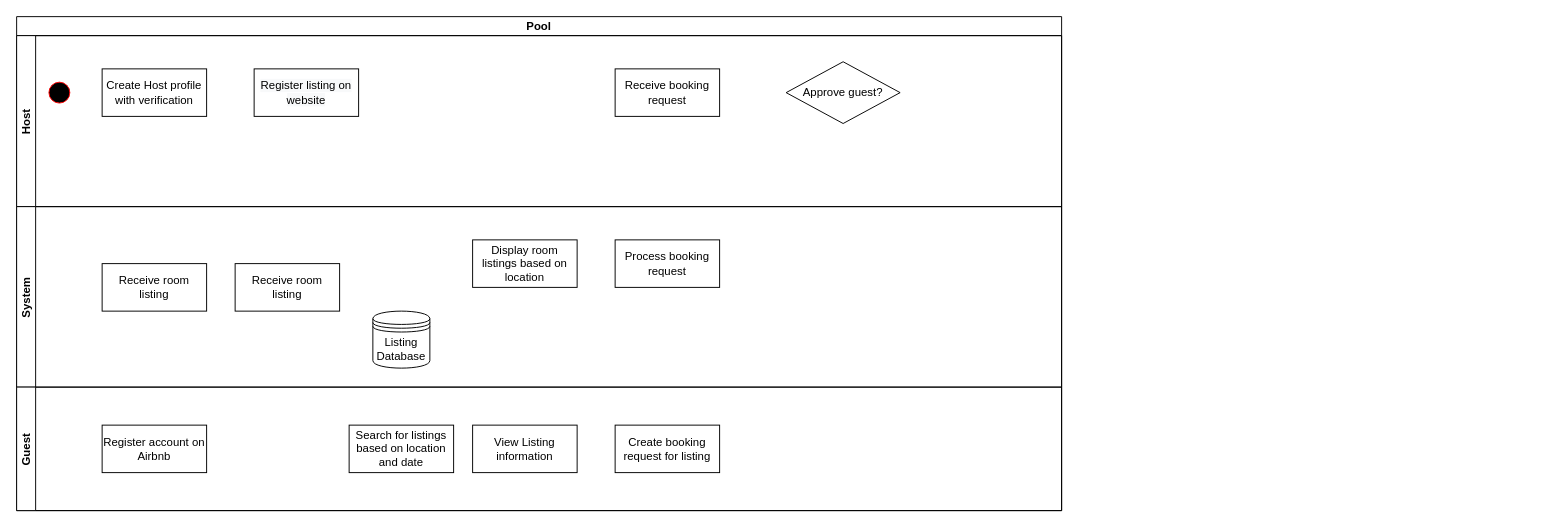
This is SwimlaneIBIS.drawio from LastMinuteBanter/DistinctionTaskUML, a draw.io file, before an edit. Source tidied: cells renumbered, new cells numbered last; positions are measured from the earlier drawing's top-left corner, leaving out a move shared by most shapes. Both pictures are drawn from the tidied source at 95%, with x=0, y=0 at pixel (16, 16).
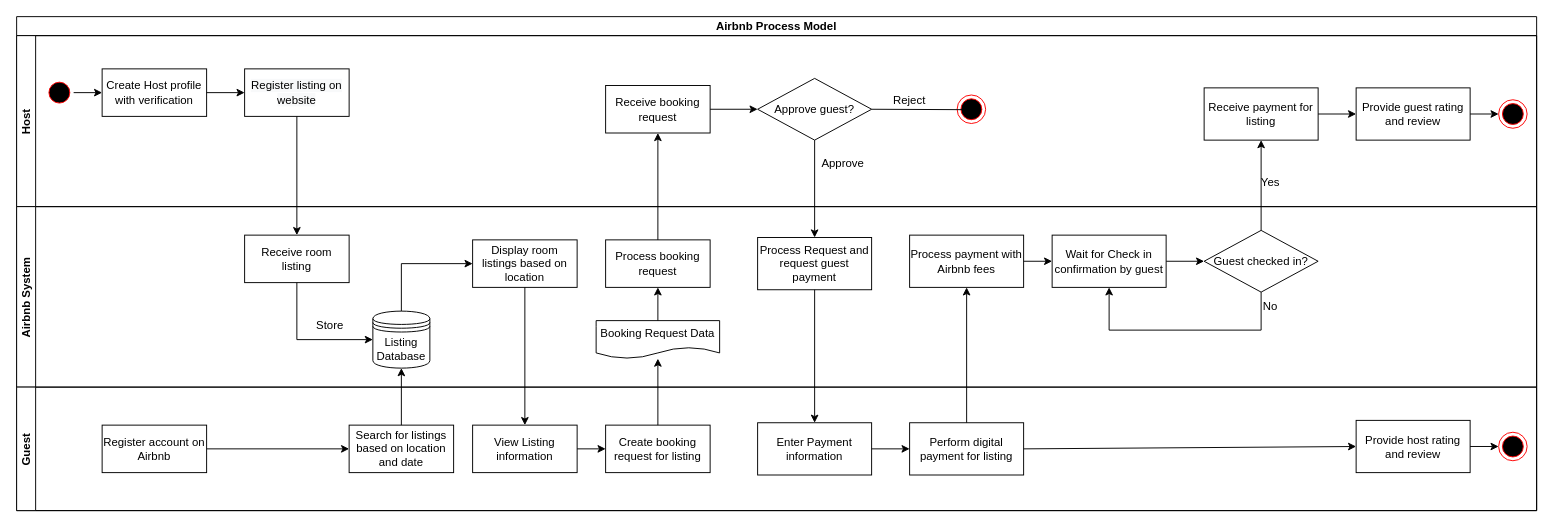
The same diagram, later.

The change refers to these unchanged cells:
```xml
<mxCell id="5" style="ellipse;shape=startState;fillColor=#000000;strokeColor=#ff0000;rotation=-90;" parent="4" vertex="1">
  <mxGeometry x="30" y="45" width="30" height="30" as="geometry" />
</mxCell>
<mxCell id="6" value="Create Host profile with verification" style="rounded=0;whiteSpace=wrap;html=1;rotation=0;" parent="4" vertex="1">
  <mxGeometry x="90" y="35" width="110" height="50" as="geometry" />
</mxCell>
<mxCell id="12" value="Display room listings based on location" style="rounded=0;whiteSpace=wrap;html=1;rotation=0;" parent="10" vertex="1">
  <mxGeometry x="480" y="35" width="110" height="50" as="geometry" />
</mxCell>
<mxCell id="13" value="Listing Database" style="shape=datastore;whiteSpace=wrap;html=1;" parent="10" vertex="1">
  <mxGeometry x="375" y="110" width="60" height="60" as="geometry" />
</mxCell>
<mxCell id="17" value="Register account on Airbnb" style="rounded=0;whiteSpace=wrap;html=1;rotation=0;" parent="16" vertex="1">
  <mxGeometry x="90" y="40" width="110" height="50" as="geometry" />
</mxCell>
<mxCell id="18" value="Search for listings based on location and date" style="rounded=0;whiteSpace=wrap;html=1;rotation=0;" parent="16" vertex="1">
  <mxGeometry x="350" y="40" width="110" height="50" as="geometry" />
</mxCell>
<mxCell id="19" value="View Listing information" style="rounded=0;whiteSpace=wrap;html=1;rotation=0;" parent="16" vertex="1">
  <mxGeometry x="480" y="40" width="110" height="50" as="geometry" />
</mxCell>
```

Change to the diagram source:
```diff
@@
-    <mxCell id="3" value="Pool" style="swimlane;horizontal=1;startSize=20;" parent="1" vertex="1">
-      <mxGeometry width="1100" height="520" as="geometry" />
+    <mxCell id="3" value="Airbnb Process Model" style="swimlane;horizontal=1;startSize=20;" parent="1" vertex="1">
+      <mxGeometry width="1600" height="520" as="geometry" />
     </mxCell>
     <mxCell id="4" value="Host" style="swimlane;startSize=20;horizontal=0;" parent="3" vertex="1">
-      <mxGeometry y="20" width="1100" height="180" as="geometry" />
+      <mxGeometry y="20" width="1600" height="180" as="geometry" />
     </mxCell>
@@
     <mxCell id="7" value="&#10;&#10;&lt;span style=&quot;color: rgb(0, 0, 0); font-family: helvetica; font-size: 12px; font-style: normal; font-weight: 400; letter-spacing: normal; text-align: center; text-indent: 0px; text-transform: none; word-spacing: 0px; background-color: rgb(248, 249, 250); display: inline; float: none;&quot;&gt;Register listing on website&lt;/span&gt;&#10;&#10;" style="rounded=0;whiteSpace=wrap;html=1;rotation=0;" parent="4" vertex="1">
-      <mxGeometry x="250" y="35" width="110" height="50" as="geometry" />
+      <mxGeometry x="240" y="35" width="110" height="50" as="geometry" />
     </mxCell>
     <mxCell id="8" value="Receive booking request" style="rounded=0;whiteSpace=wrap;html=1;rotation=0;" parent="4" vertex="1">
-      <mxGeometry x="630" y="35" width="110" height="50" as="geometry" />
+      <mxGeometry x="620" y="52.5" width="110" height="50" as="geometry" />
     </mxCell>
     <mxCell id="9" value="Approve guest?" style="rhombus;whiteSpace=wrap;html=1;" parent="4" vertex="1">
-      <mxGeometry x="810" y="27.5" width="120" height="65" as="geometry" />
+      <mxGeometry x="780" y="45" width="120" height="65" as="geometry" />
     </mxCell>
+    <mxCell id="21" value="Receive payment for listing" style="rounded=0;whiteSpace=wrap;html=1;" parent="4" vertex="1">
+      <mxGeometry x="1250" y="55" width="120" height="55" as="geometry" />
+    </mxCell>
+    <mxCell id="22" style="endArrow=classic;html=1;rounded=0;exitX=0.5;exitY=1;exitDx=0;exitDy=0;entryX=0;entryY=0.5;entryDx=0;entryDy=0;" parent="4" edge="1" source="5" target="6">
+      <mxGeometry relative="1" as="geometry" />
+    </mxCell>
+    <mxCell id="23" style="endArrow=classic;html=1;rounded=0;exitX=1;exitY=0.5;exitDx=0;exitDy=0;entryX=0;entryY=0.5;entryDx=0;entryDy=0;" parent="4" edge="1" source="6" target="7">
+      <mxGeometry relative="1" as="geometry" />
+    </mxCell>
+    <mxCell id="24" style="endArrow=classic;html=1;rounded=0;exitX=1;exitY=0.5;exitDx=0;exitDy=0;entryX=0;entryY=0.5;entryDx=0;entryDy=0;" parent="4" edge="1" source="8" target="9">
+      <mxGeometry relative="1" as="geometry" />
+    </mxCell>
+    <mxCell id="25" style="ellipse;html=1;shape=endState;fillColor=#000000;strokeColor=#ff0000;" parent="4" vertex="1">
+      <mxGeometry x="990" y="62.5" width="30" height="30" as="geometry" />
+    </mxCell>
+    <mxCell id="26" value="Provide guest rating and review" style="rounded=0;whiteSpace=wrap;html=1;" parent="4" vertex="1">
+      <mxGeometry x="1410" y="55" width="120" height="55" as="geometry" />
+    </mxCell>
+    <mxCell id="27" style="endArrow=classic;html=1;rounded=0;exitX=1;exitY=0.5;exitDx=0;exitDy=0;entryX=0;entryY=0.5;entryDx=0;entryDy=0;" parent="4" edge="1" source="21" target="26">
+      <mxGeometry relative="1" as="geometry" />
+    </mxCell>
+    <mxCell id="28" style="ellipse;html=1;shape=endState;fillColor=#000000;strokeColor=#ff0000;" parent="4" vertex="1">
+      <mxGeometry x="1560" y="67.5" width="30" height="30" as="geometry" />
+    </mxCell>
+    <mxCell id="29" style="endArrow=classic;html=1;rounded=0;exitX=1;exitY=0.5;exitDx=0;exitDy=0;entryX=0;entryY=0.5;entryDx=0;entryDy=0;" parent="4" edge="1" source="26" target="28">
+      <mxGeometry relative="1" as="geometry" />
+    </mxCell>
+    <mxCell id="30" value="Reject" style="text;html=1;strokeColor=none;fillColor=none;align=center;verticalAlign=middle;whiteSpace=wrap;rounded=0;" parent="4" vertex="1">
+      <mxGeometry x="910" y="52.5" width="60" height="30" as="geometry" />
+    </mxCell>
+    <mxCell id="31" value="Approve" style="text;html=1;strokeColor=none;fillColor=none;align=center;verticalAlign=middle;whiteSpace=wrap;rounded=0;" parent="4" vertex="1">
+      <mxGeometry x="840" y="120" width="60" height="30" as="geometry" />
+    </mxCell>
+    <mxCell id="32" value="Yes" style="text;html=1;strokeColor=none;fillColor=none;align=center;verticalAlign=middle;whiteSpace=wrap;rounded=0;" parent="4" vertex="1">
+      <mxGeometry x="1290" y="140" width="60" height="30" as="geometry" />
+    </mxCell>
-    <mxCell id="10" value="System" style="swimlane;startSize=20;horizontal=0;" parent="3" vertex="1">
-      <mxGeometry y="200" width="1100" height="190" as="geometry" />
+    <mxCell id="10" value="Airbnb System" style="swimlane;startSize=20;horizontal=0;" parent="3" vertex="1">
+      <mxGeometry y="200" width="1600" height="190" as="geometry" />
     </mxCell>
     <mxCell id="11" value="Receive room listing" style="rounded=0;whiteSpace=wrap;html=1;rotation=0;" parent="10" vertex="1">
-      <mxGeometry x="230" y="60" width="110" height="50" as="geometry" />
+      <mxGeometry x="240" y="30" width="110" height="50" as="geometry" />
     </mxCell>
@@
     <mxCell id="14" value="Process booking request" style="rounded=0;whiteSpace=wrap;html=1;rotation=0;" parent="10" vertex="1">
-      <mxGeometry x="630" y="35" width="110" height="50" as="geometry" />
+      <mxGeometry x="620" y="35" width="110" height="50" as="geometry" />
     </mxCell>
-    <mxCell id="15" value="Receive room listing" style="rounded=0;whiteSpace=wrap;html=1;rotation=0;" parent="10" vertex="1">
-      <mxGeometry x="90" y="60" width="110" height="50" as="geometry" />
-    </mxCell>
+    <mxCell id="33" value="Process Request and request guest payment" style="rounded=0;whiteSpace=wrap;html=1;" parent="10" vertex="1">
+      <mxGeometry x="780" y="32.5" width="120" height="55" as="geometry" />
+    </mxCell>
+    <mxCell id="34" value="Process payment with Airbnb fees" style="rounded=0;whiteSpace=wrap;html=1;" parent="10" vertex="1">
+      <mxGeometry x="940" y="30" width="120" height="55" as="geometry" />
+    </mxCell>
+    <mxCell id="35" value="Guest checked in?" style="rhombus;whiteSpace=wrap;html=1;" parent="10" vertex="1">
+      <mxGeometry x="1250" y="25" width="120" height="65" as="geometry" />
+    </mxCell>
+    <mxCell id="36" style="endArrow=classic;html=1;rounded=0;exitX=0.5;exitY=1;exitDx=0;exitDy=0;entryX=0;entryY=0.5;entryDx=0;entryDy=0;" parent="10" edge="1" source="11" target="13">
+      <mxGeometry relative="1" as="geometry">
+        <Array as="points">
+          <mxPoint x="295" y="140" />
+        </Array>
+      </mxGeometry>
+    </mxCell>
+    <mxCell id="37" style="endArrow=classic;html=1;rounded=0;entryX=0;entryY=0.5;entryDx=0;entryDy=0;exitX=0.5;exitY=0;exitDx=0;exitDy=0;" parent="10" edge="1" source="13" target="12">
+      <mxGeometry relative="1" as="geometry">
+        <Array as="points">
+          <mxPoint x="405" y="60" />
+        </Array>
+      </mxGeometry>
+    </mxCell>
+    <mxCell id="38" value="Booking Request Data" style="shape=document;whiteSpace=wrap;html=1;boundedLbl=1;" parent="10" vertex="1">
+      <mxGeometry x="610" y="120" width="130" height="40" as="geometry" />
+    </mxCell>
+    <mxCell id="39" style="endArrow=classic;html=1;rounded=0;exitX=0.5;exitY=0;exitDx=0;exitDy=0;entryX=0.5;entryY=1;entryDx=0;entryDy=0;" parent="10" edge="1" source="38" target="14">
+      <mxGeometry relative="1" as="geometry" />
+    </mxCell>
+    <mxCell id="40" style="endArrow=classic;html=1;rounded=0;entryX=0;entryY=0.5;entryDx=0;entryDy=0;exitX=1;exitY=0.5;exitDx=0;exitDy=0;" parent="10" edge="1" source="41" target="35">
+      <mxGeometry relative="1" as="geometry" />
+    </mxCell>
+    <mxCell id="41" value="Wait for Check in confirmation by guest" style="rounded=0;whiteSpace=wrap;html=1;" parent="10" vertex="1">
+      <mxGeometry x="1090" y="30" width="120" height="55" as="geometry" />
+    </mxCell>
+    <mxCell id="42" style="endArrow=classic;html=1;rounded=0;exitX=1;exitY=0.5;exitDx=0;exitDy=0;entryX=0;entryY=0.5;entryDx=0;entryDy=0;" parent="10" edge="1" source="34" target="41">
+      <mxGeometry relative="1" as="geometry" />
+    </mxCell>
+    <mxCell id="43" style="endArrow=classic;html=1;rounded=0;exitX=0.5;exitY=1;exitDx=0;exitDy=0;entryX=0.5;entryY=1;entryDx=0;entryDy=0;" parent="10" edge="1" source="35" target="41">
+      <mxGeometry relative="1" as="geometry">
+        <Array as="points">
+          <mxPoint x="1310" y="130" />
+          <mxPoint x="1150" y="130" />
+        </Array>
+      </mxGeometry>
+    </mxCell>
+    <mxCell id="44" value="Store" style="text;html=1;strokeColor=none;fillColor=none;align=center;verticalAlign=middle;whiteSpace=wrap;rounded=0;" parent="10" vertex="1">
+      <mxGeometry x="300" y="110" width="60" height="30" as="geometry" />
+    </mxCell>
+    <mxCell id="45" value="No" style="text;html=1;strokeColor=none;fillColor=none;align=center;verticalAlign=middle;whiteSpace=wrap;rounded=0;" parent="10" vertex="1">
+      <mxGeometry x="1290" y="90" width="60" height="30" as="geometry" />
+    </mxCell>
     <mxCell id="16" value="Guest" style="swimlane;startSize=20;horizontal=0;" parent="3" vertex="1">
-      <mxGeometry y="390" width="1100" height="130" as="geometry" />
+      <mxGeometry y="390" width="1600" height="130" as="geometry" />
     </mxCell>
@@
     <mxCell id="20" value="Create booking request for listing" style="rounded=0;whiteSpace=wrap;html=1;rotation=0;" parent="16" vertex="1">
-      <mxGeometry x="630" y="40" width="110" height="50" as="geometry" />
+      <mxGeometry x="620" y="40" width="110" height="50" as="geometry" />
     </mxCell>
+    <mxCell id="46" value="Enter Payment information" style="rounded=0;whiteSpace=wrap;html=1;" parent="16" vertex="1">
+      <mxGeometry x="780" y="37.5" width="120" height="55" as="geometry" />
+    </mxCell>
+    <mxCell id="47" value="Perform digital payment for listing" style="rounded=0;whiteSpace=wrap;html=1;" parent="16" vertex="1">
+      <mxGeometry x="940" y="37.5" width="120" height="55" as="geometry" />
+    </mxCell>
+    <mxCell id="48" style="endArrow=classic;html=1;rounded=0;exitX=1;exitY=0.5;exitDx=0;exitDy=0;entryX=0;entryY=0.5;entryDx=0;entryDy=0;" parent="16" edge="1" source="17" target="18">
+      <mxGeometry relative="1" as="geometry" />
+    </mxCell>
+    <mxCell id="49" style="endArrow=classic;html=1;rounded=0;exitX=1;exitY=0.5;exitDx=0;exitDy=0;entryX=0;entryY=0.5;entryDx=0;entryDy=0;" parent="16" edge="1" source="19" target="20">
+      <mxGeometry relative="1" as="geometry" />
+    </mxCell>
+    <mxCell id="50" style="endArrow=classic;html=1;rounded=0;exitX=1;exitY=0.5;exitDx=0;exitDy=0;entryX=0;entryY=0.5;entryDx=0;entryDy=0;" parent="16" edge="1" source="46" target="47">
+      <mxGeometry relative="1" as="geometry" />
+    </mxCell>
+    <mxCell id="51" value="Provide host rating and review" style="rounded=0;whiteSpace=wrap;html=1;" parent="16" vertex="1">
+      <mxGeometry x="1410" y="35" width="120" height="55" as="geometry" />
+    </mxCell>
+    <mxCell id="52" style="endArrow=classic;html=1;rounded=0;exitX=1;exitY=0.5;exitDx=0;exitDy=0;entryX=0;entryY=0.5;entryDx=0;entryDy=0;" parent="16" edge="1" source="47" target="51">
+      <mxGeometry relative="1" as="geometry" />
+    </mxCell>
+    <mxCell id="53" style="ellipse;html=1;shape=endState;fillColor=#000000;strokeColor=#ff0000;" parent="16" vertex="1">
+      <mxGeometry x="1560" y="47.5" width="30" height="30" as="geometry" />
+    </mxCell>
+    <mxCell id="54" style="endArrow=classic;html=1;rounded=0;exitX=1;exitY=0.5;exitDx=0;exitDy=0;entryX=0;entryY=0.5;entryDx=0;entryDy=0;" parent="16" edge="1" source="51" target="53">
+      <mxGeometry relative="1" as="geometry" />
+    </mxCell>
+    <mxCell id="55" style="endArrow=classic;html=1;rounded=0;exitX=0.5;exitY=1;exitDx=0;exitDy=0;entryX=0.5;entryY=0;entryDx=0;entryDy=0;" parent="3" edge="1" source="7" target="11">
+      <mxGeometry relative="1" as="geometry" />
+    </mxCell>
+    <mxCell id="56" style="endArrow=classic;html=1;rounded=0;exitX=0.5;exitY=0;exitDx=0;exitDy=0;entryX=0.5;entryY=1;entryDx=0;entryDy=0;" parent="3" edge="1" source="18" target="13">
+      <mxGeometry relative="1" as="geometry" />
+    </mxCell>
+    <mxCell id="57" style="endArrow=classic;html=1;rounded=0;exitX=0.5;exitY=1;exitDx=0;exitDy=0;entryX=0.5;entryY=0;entryDx=0;entryDy=0;" parent="3" edge="1" source="12" target="19">
+      <mxGeometry relative="1" as="geometry" />
+    </mxCell>
+    <mxCell id="58" style="endArrow=classic;html=1;rounded=0;exitX=0.5;exitY=0;exitDx=0;exitDy=0;entryX=0.5;entryY=1;entryDx=0;entryDy=0;" parent="3" edge="1" source="14" target="8">
+      <mxGeometry relative="1" as="geometry" />
+    </mxCell>
+    <mxCell id="59" style="endArrow=classic;html=1;rounded=0;exitX=0.5;exitY=1;exitDx=0;exitDy=0;entryX=0.5;entryY=0;entryDx=0;entryDy=0;" parent="3" edge="1" source="9" target="33">
+      <mxGeometry relative="1" as="geometry" />
+    </mxCell>
+    <mxCell id="60" style="endArrow=classic;html=1;rounded=0;exitX=0.5;exitY=1;exitDx=0;exitDy=0;entryX=0.5;entryY=0;entryDx=0;entryDy=0;" parent="3" edge="1" source="33" target="46">
+      <mxGeometry relative="1" as="geometry" />
+    </mxCell>
+    <mxCell id="61" style="endArrow=classic;html=1;rounded=0;exitX=0.5;exitY=0;exitDx=0;exitDy=0;entryX=0.5;entryY=1;entryDx=0;entryDy=0;" parent="3" edge="1" source="47" target="34">
+      <mxGeometry relative="1" as="geometry" />
+    </mxCell>
+    <mxCell id="62" style="endArrow=classic;html=1;rounded=0;exitX=0.5;exitY=0;exitDx=0;exitDy=0;entryX=0.5;entryY=1;entryDx=0;entryDy=0;" parent="3" edge="1" source="35" target="21">
+      <mxGeometry relative="1" as="geometry" />
+    </mxCell>
+    <mxCell id="63" style="endArrow=classic;html=1;rounded=0;exitX=0.5;exitY=0;exitDx=0;exitDy=0;" parent="1" edge="1" source="20">
+      <mxGeometry relative="1" as="geometry">
+        <mxPoint x="675" y="360" as="targetPoint" />
+      </mxGeometry>
+    </mxCell>
+    <mxCell id="64" style="endArrow=classic;html=1;rounded=0;exitX=1;exitY=0.5;exitDx=0;exitDy=0;" parent="1" edge="1" source="9">
+      <mxGeometry relative="1" as="geometry">
+        <mxPoint x="1010" y="98" as="targetPoint" />
+      </mxGeometry>
+    </mxCell>
```
